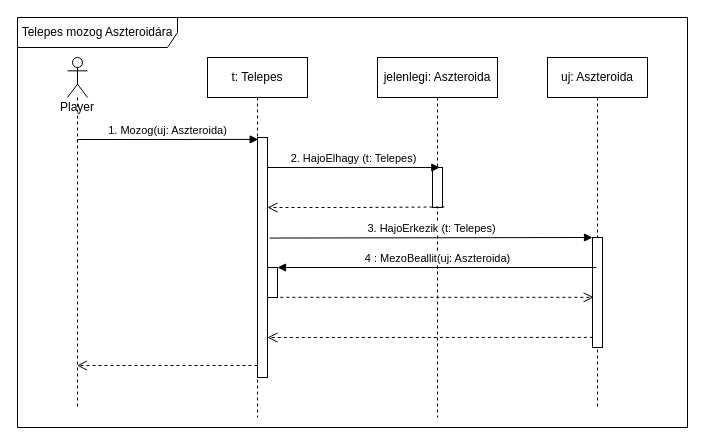
torpeBoiGo/aszteroidabanyaszat keeps this draw.io diagram as doc/szekvencia/szek_RobotMozog.drawio. Above is the earlier version. Source tidied: cells renumbered, new cells numbered last; positions are measured from the earlier drawing's top-left corner, leaving out a move shared by most shapes. Both pictures are drawn from the tidied source at 100%, with x=0, y=0 at pixel (17, 17).
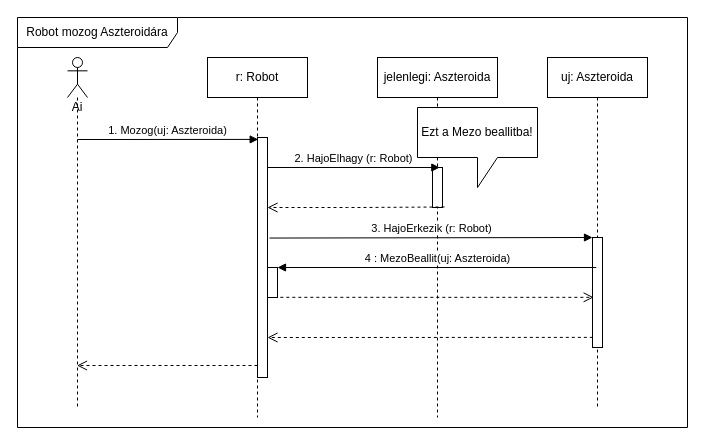
Above is the later version.

Unchanged cells that the change refers to:
```xml
<mxCell id="5" style="html=1;points=[];perimeter=orthogonalPerimeter;" parent="4" vertex="1">
  <mxGeometry x="55" y="110" width="10" height="40" as="geometry" />
</mxCell>
<mxCell id="7" style="html=1;points=[];perimeter=orthogonalPerimeter;" parent="6" vertex="1">
  <mxGeometry x="45" y="180" width="10" height="110" as="geometry" />
</mxCell>
<mxCell id="12" style="html=1;points=[];perimeter=orthogonalPerimeter;" parent="1" vertex="1">
  <mxGeometry x="240" y="120" width="10" height="240" as="geometry" />
</mxCell>
```

What changed in the source:
```diff
@@
-    <mxCell id="2" value="Telepes mozog Aszteroidára" style="shape=umlFrame;whiteSpace=wrap;html=1;width=160;height=30;" parent="1" vertex="1">
+    <mxCell id="2" value="Robot mozog Aszteroidára" style="shape=umlFrame;whiteSpace=wrap;html=1;width=160;height=30;" parent="1" vertex="1">
       <mxGeometry width="670" height="410" as="geometry" />
     </mxCell>
-    <mxCell id="3" value="t: Telepes" style="shape=umlLifeline;perimeter=lifelinePerimeter;whiteSpace=wrap;html=1;outlineConnect=0;" parent="1" vertex="1">
+    <mxCell id="3" value="r: Robot" style="shape=umlLifeline;perimeter=lifelinePerimeter;whiteSpace=wrap;html=1;outlineConnect=0;" parent="1" vertex="1">
       <mxGeometry x="190" y="40" width="100" height="360" as="geometry" />
     </mxCell>
@@
-    <mxCell id="8" value="2. HajoElhagy (t: Telepes)" style="html=1;verticalAlign=bottom;endArrow=block;entryX=0.733;entryY=0;entryDx=0;entryDy=0;entryPerimeter=0;" parent="1" edge="1" source="3" target="5">
+    <mxCell id="8" value="2. HajoElhagy (r: Robot)" style="html=1;verticalAlign=bottom;endArrow=block;entryX=0.733;entryY=0;entryDx=0;entryDy=0;entryPerimeter=0;" parent="1" edge="1" source="3" target="5">
       <mxGeometry x="0.05" relative="1" as="geometry" />
     </mxCell>
@@
-    <mxCell id="10" value="3. HajoErkezik (t: Telepes)" style="html=1;verticalAlign=bottom;endArrow=block;entryX=0;entryY=0;exitX=1.2;exitY=0.419;exitDx=0;exitDy=0;exitPerimeter=0;" parent="1" edge="1" source="12" target="7">
+    <mxCell id="10" value="3. HajoErkezik (r: Robot)" style="html=1;verticalAlign=bottom;endArrow=block;entryX=0;entryY=0;exitX=1.2;exitY=0.419;exitDx=0;exitDy=0;exitPerimeter=0;" parent="1" edge="1" source="12" target="7">
       <mxGeometry relative="1" as="geometry" />
     </mxCell>
@@
-    <mxCell id="19" value="Player" style="shape=umlLifeline;participant=umlActor;perimeter=lifelinePerimeter;whiteSpace=wrap;html=1;verticalAlign=top;spacingTop=36;outlineConnect=0;" parent="1" vertex="1">
+    <mxCell id="19" value="Ai" style="shape=umlLifeline;participant=umlActor;perimeter=lifelinePerimeter;whiteSpace=wrap;html=1;verticalAlign=top;spacingTop=36;outlineConnect=0;" parent="1" vertex="1">
       <mxGeometry x="50" y="40" width="20" height="350" as="geometry" />
     </mxCell>
+    <mxCell id="20" value="Ezt a Mezo beallitba!" style="shape=callout;whiteSpace=wrap;html=1;perimeter=calloutPerimeter;" parent="1" vertex="1">
+      <mxGeometry x="400" y="90" width="120" height="80" as="geometry" />
+    </mxCell>
```
